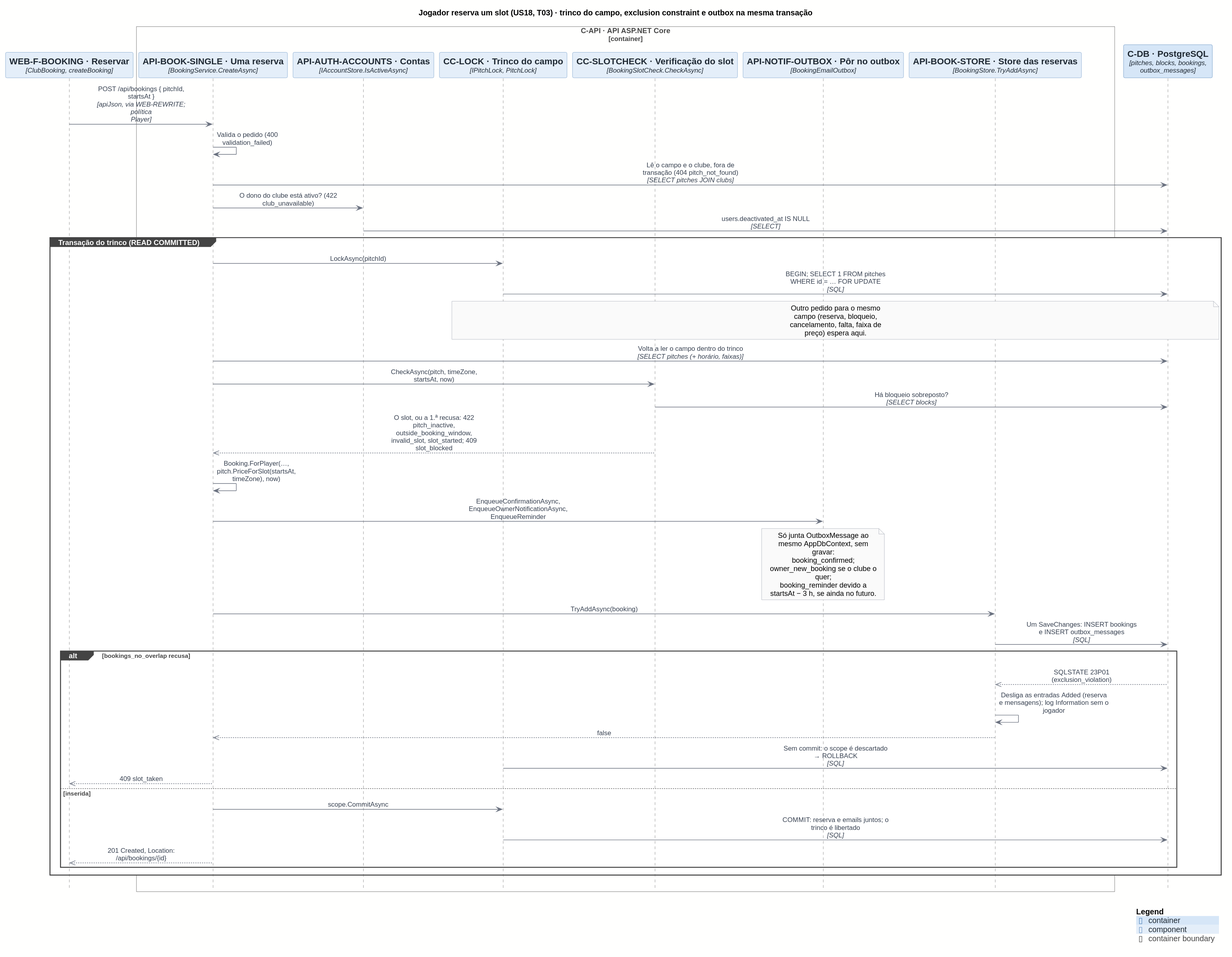
rodrigo4sousa/SportsEstablishments keeps this PlantUML diagram as docs/architecture/out/process-book.svg. Above is the earlier version.
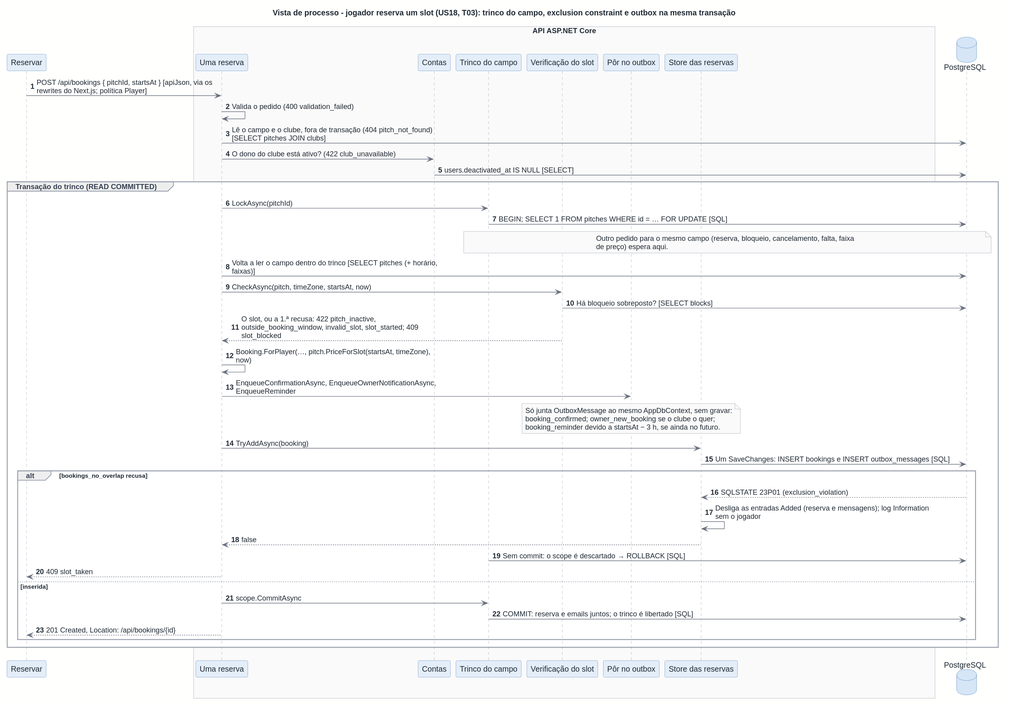
Above is the later version.

What changed in the source:
```diff
@@ -1,51 +1,49 @@
 @startuml
-!include <C4/C4_Sequence>
 !include ../style.puml
 
-title Jogador reserva um slot (US18, T03) · trinco do campo, exclusion constraint e outbox na mesma transação
+title Vista de processo - jogador reserva um slot (US18, T03): trinco do campo, exclusion constraint e outbox na mesma transação
+autonumber
 
-Component(WEB_F_BOOKING, "WEB-F-BOOKING · Reservar", "ClubBooking, createBooking")
-Container_Boundary(C_API, "C-API · API ASP.NET Core")
-  Component(API_BOOK_SINGLE, "API-BOOK-SINGLE · Uma reserva", "BookingService.CreateAsync")
-  Component(API_AUTH_ACCOUNTS, "API-AUTH-ACCOUNTS · Contas", "IAccountStore.IsActiveAsync")
-  Component(CC_LOCK, "CC-LOCK · Trinco do campo", "IPitchLock, PitchLock")
-  Component(CC_SLOTCHECK, "CC-SLOTCHECK · Verificação do slot", "BookingSlotCheck.CheckAsync")
-  Component(API_NOTIF_OUTBOX, "API-NOTIF-OUTBOX · Pôr no outbox", "BookingEmailOutbox")
-  Component(API_BOOK_STORE, "API-BOOK-STORE · Store das reservas", "BookingStore.TryAddAsync")
-Boundary_End()
-ContainerDb(C_DB, "C-DB · PostgreSQL", "pitches, blocks, bookings, outbox_messages")
+participant "Reservar" as WEB_F_BOOKING
+box "API ASP.NET Core"
+  participant "Uma reserva" as API_BOOK_SINGLE
+  participant "Contas" as API_AUTH_ACCOUNTS
+  participant "Trinco do campo" as CC_LOCK
+  participant "Verificação do slot" as CC_SLOTCHECK
+  participant "Pôr no outbox" as API_NOTIF_OUTBOX
+  participant "Store das reservas" as API_BOOK_STORE
+end box
+database "PostgreSQL" as C_DB
 
-Rel(WEB_F_BOOKING, API_BOOK_SINGLE, $plain("POST /api/bookings { pitchId, startsAt }"), "apiJson, via WEB-REWRITE; política Player")
-Rel(API_BOOK_SINGLE, API_BOOK_SINGLE, $plain("Valida o pedido (400 validation_failed)"))
-Rel(API_BOOK_SINGLE, C_DB, $plain("Lê o campo e o clube, fora de transação (404 pitch_not_found)"), "SELECT pitches JOIN clubs")
-Rel(API_BOOK_SINGLE, API_AUTH_ACCOUNTS, $plain("O dono do clube está ativo? (422 club_unavailable)"))
-Rel(API_AUTH_ACCOUNTS, C_DB, $plain("users.deactivated_at IS NULL"), "SELECT")
+WEB_F_BOOKING -> API_BOOK_SINGLE : POST /api/bookings { pitchId, startsAt } [apiJson, via os\nrewrites do Next.js; política Player]
+API_BOOK_SINGLE -> API_BOOK_SINGLE : Valida o pedido (400 validation_failed)
+API_BOOK_SINGLE -> C_DB : Lê o campo e o clube, fora de transação (404 pitch_not_found)\n[SELECT pitches JOIN clubs]
+API_BOOK_SINGLE -> API_AUTH_ACCOUNTS : O dono do clube está ativo? (422 club_unavailable)
+API_AUTH_ACCOUNTS -> C_DB : users.deactivated_at IS NULL [SELECT]
 
 group Transação do trinco (READ COMMITTED)
-  Rel(API_BOOK_SINGLE, CC_LOCK, $plain("LockAsync(pitchId)"))
-  Rel(CC_LOCK, C_DB, $plain("BEGIN; SELECT 1 FROM pitches WHERE id = … FOR UPDATE"), "SQL")
-  note over CC_LOCK, C_DB: Outro pedido para o mesmo campo (reserva, bloqueio, cancelamento, falta, faixa de preço) espera aqui.
-  Rel(API_BOOK_SINGLE, C_DB, $plain("Volta a ler o campo dentro do trinco"), "SELECT pitches (+ horário, faixas)")
-  Rel(API_BOOK_SINGLE, CC_SLOTCHECK, $plain("CheckAsync(pitch, timeZone, startsAt, now)"))
-  Rel(CC_SLOTCHECK, C_DB, $plain("Há bloqueio sobreposto?"), "SELECT blocks")
-  Rel_Back(API_BOOK_SINGLE, CC_SLOTCHECK, $plain("O slot, ou a 1.ª recusa: 422 pitch_inactive, outside_booking_window, invalid_slot, slot_started; 409 slot_blocked"))
-  Rel(API_BOOK_SINGLE, API_BOOK_SINGLE, $plain("Booking.ForPlayer(…, pitch.PriceForSlot(startsAt, timeZone), now)"))
-  Rel(API_BOOK_SINGLE, API_NOTIF_OUTBOX, $plain("EnqueueConfirmationAsync, EnqueueOwnerNotificationAsync, EnqueueReminder"))
+  API_BOOK_SINGLE -> CC_LOCK : LockAsync(pitchId)
+  CC_LOCK -> C_DB : BEGIN; SELECT 1 FROM pitches WHERE id = … FOR UPDATE [SQL]
+  note over CC_LOCK, C_DB: Outro pedido para o mesmo campo (reserva, bloqueio, cancelamento, falta, faixa\nde preço) espera aqui.
+  API_BOOK_SINGLE -> C_DB : Volta a ler o campo dentro do trinco [SELECT pitches (+ horário,\nfaixas)]
+  API_BOOK_SINGLE -> CC_SLOTCHECK : CheckAsync(pitch, timeZone, startsAt, now)
+  CC_SLOTCHECK -> C_DB : Há bloqueio sobreposto? [SELECT blocks]
+  CC_SLOTCHECK --> API_BOOK_SINGLE : O slot, ou a 1.ª recusa: 422 pitch_inactive,\noutside_booking_window, invalid_slot, slot_started; 409\nslot_blocked
+  API_BOOK_SINGLE -> API_BOOK_SINGLE : Booking.ForPlayer(…, pitch.PriceForSlot(startsAt, timeZone),\nnow)
+  API_BOOK_SINGLE -> API_NOTIF_OUTBOX : EnqueueConfirmationAsync, EnqueueOwnerNotificationAsync,\nEnqueueReminder
   note over API_NOTIF_OUTBOX: Só junta OutboxMessage ao mesmo AppDbContext, sem gravar:\nbooking_confirmed; owner_new_booking se o clube o quer;\nbooking_reminder devido a startsAt − 3 h, se ainda no futuro.
-  Rel(API_BOOK_SINGLE, API_BOOK_STORE, $plain("TryAddAsync(booking)"))
-  Rel(API_BOOK_STORE, C_DB, $plain("Um SaveChanges: INSERT bookings e INSERT outbox_messages"), "SQL")
+  API_BOOK_SINGLE -> API_BOOK_STORE : TryAddAsync(booking)
+  API_BOOK_STORE -> C_DB : Um SaveChanges: INSERT bookings e INSERT outbox_messages [SQL]
   alt bookings_no_overlap recusa
-    Rel_Back(API_BOOK_STORE, C_DB, $plain("SQLSTATE 23P01 (exclusion_violation)"))
-    Rel(API_BOOK_STORE, API_BOOK_STORE, $plain("Desliga as entradas Added (reserva e mensagens); log Information sem o jogador"))
-    Rel_Back(API_BOOK_SINGLE, API_BOOK_STORE, $plain("false"))
-    Rel(CC_LOCK, C_DB, $plain("Sem commit: o scope é descartado → ROLLBACK"), "SQL")
-    Rel_Back(WEB_F_BOOKING, API_BOOK_SINGLE, $plain("409 slot_taken"))
+    C_DB --> API_BOOK_STORE : SQLSTATE 23P01 (exclusion_violation)
+    API_BOOK_STORE -> API_BOOK_STORE : Desliga as entradas Added (reserva e mensagens); log Information\nsem o jogador
+    API_BOOK_STORE --> API_BOOK_SINGLE : false
+    CC_LOCK -> C_DB : Sem commit: o scope é descartado → ROLLBACK [SQL]
+    API_BOOK_SINGLE --> WEB_F_BOOKING : 409 slot_taken
   else inserida
-    Rel(API_BOOK_SINGLE, CC_LOCK, $plain("scope.CommitAsync"))
-    Rel(CC_LOCK, C_DB, $plain("COMMIT: reserva e emails juntos; o trinco é libertado"), "SQL")
-    Rel_Back(WEB_F_BOOKING, API_BOOK_SINGLE, $plain("201 Created, Location: /api/bookings/{id}"))
+    API_BOOK_SINGLE -> CC_LOCK : scope.CommitAsync
+    CC_LOCK -> C_DB : COMMIT: reserva e emails juntos; o trinco é libertado [SQL]
+    API_BOOK_SINGLE --> WEB_F_BOOKING : 201 Created, Location: /api/bookings/{id}
   end
 end
-
-SHOW_LEGEND()
 @enduml
```
